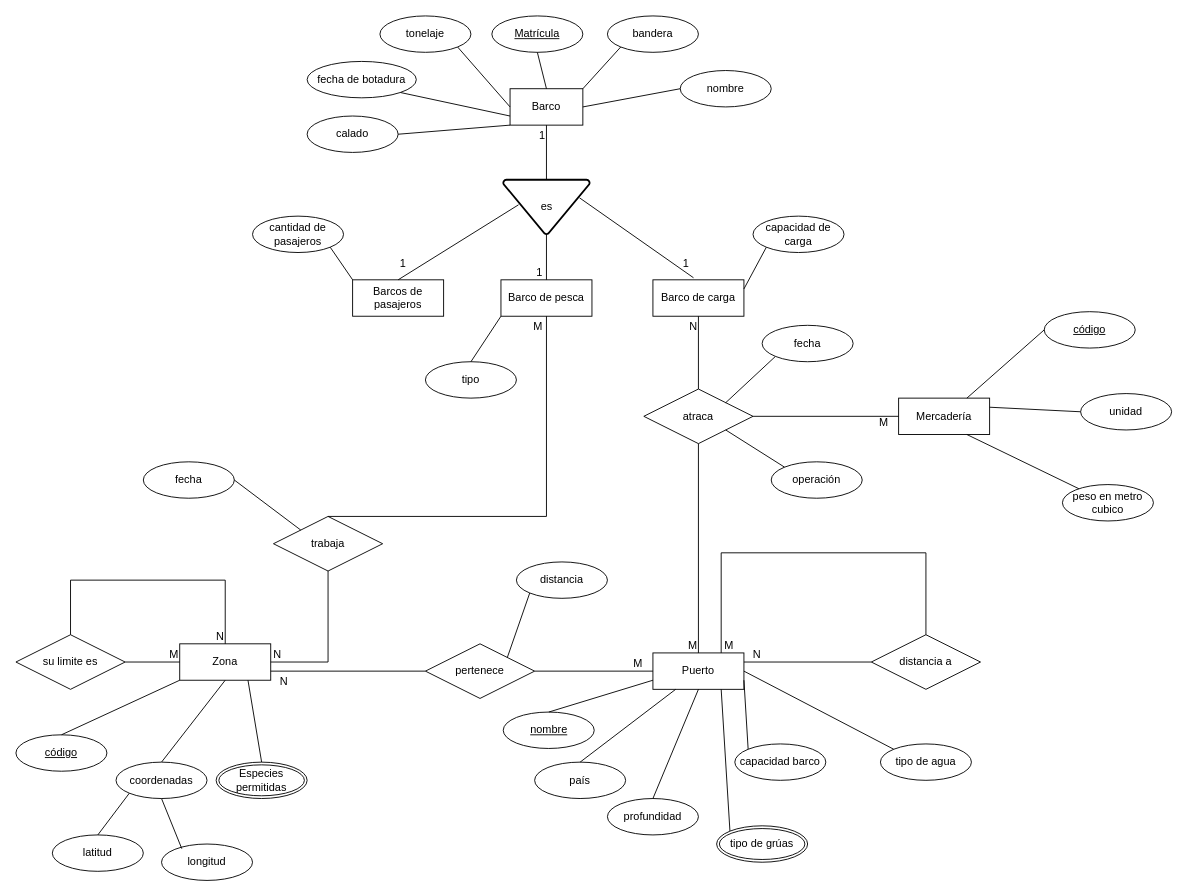
Above: Diagrama sin título.drawio in JahirFz/Mapas (draw.io), before the change. Source tidied: cells renumbered, new cells numbered last; positions are measured from the earlier drawing's top-left corner, leaving out a move shared by most shapes. Both pictures are drawn from the tidied source at 91%, with x=0, y=0 at pixel (15, 15).
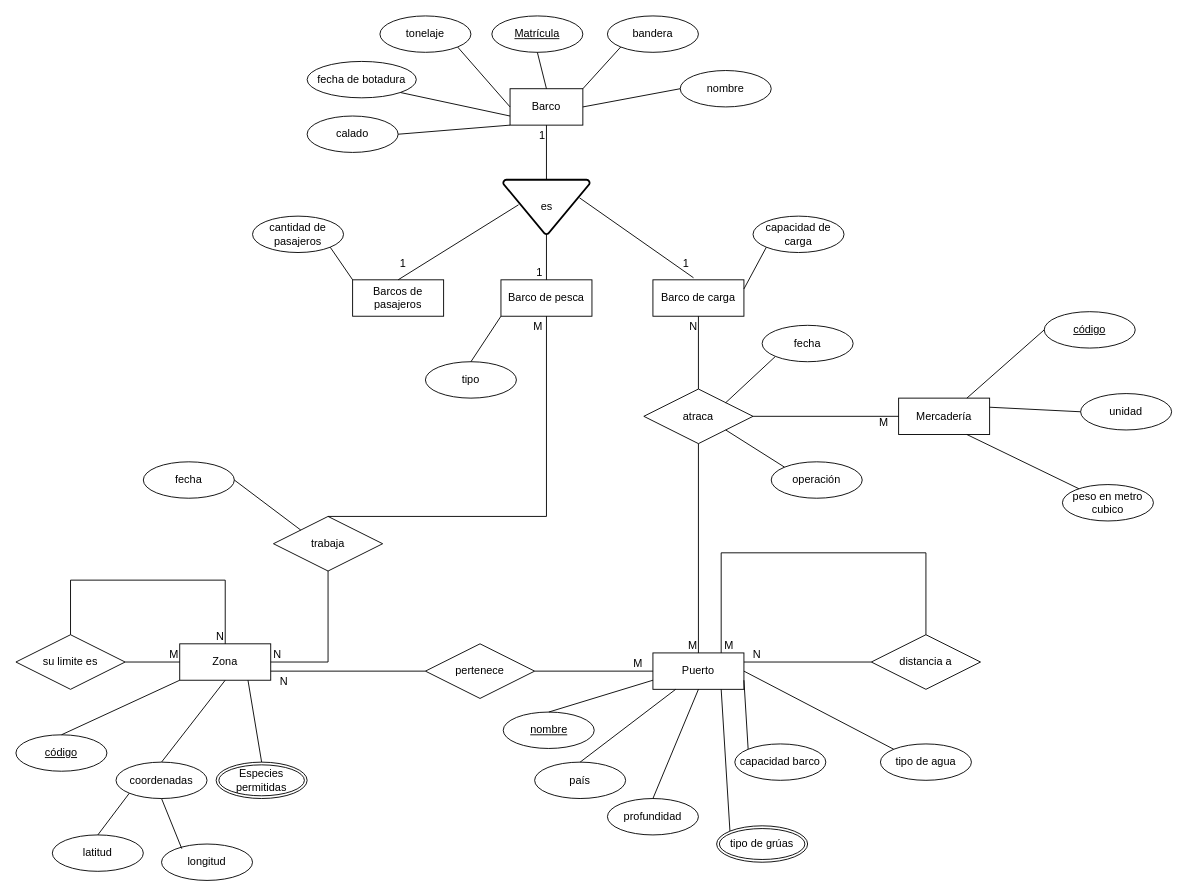
Above is the later version.

Unchanged cells that the change refers to:
```xml
<mxCell id="77" value="pertenece" style="shape=rhombus;perimeter=rhombusPerimeter;whiteSpace=wrap;html=1;align=center;" parent="1" vertex="1">
  <mxGeometry x="450" y="690" width="120" height="60" as="geometry" />
</mxCell>
```

Change to the diagram source:
```diff
@@
-    <mxCell id="78" value="distancia" style="ellipse;whiteSpace=wrap;html=1;align=center;" parent="1" vertex="1">
-      <mxGeometry x="550" y="600" width="100" height="40" as="geometry" />
-    </mxCell>
-    <mxCell id="79" style="endArrow=none;html=1;rounded=0;entryX=0;entryY=1;entryDx=0;entryDy=0;exitX=1;exitY=0;exitDx=0;exitDy=0;" parent="1" edge="1" source="77" target="78">
-      <mxGeometry relative="1" as="geometry" />
-    </mxCell>
```
